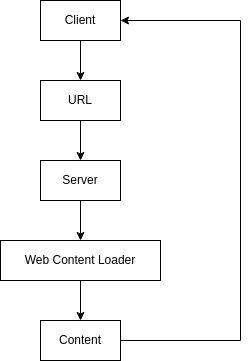
Before: _readme/Diagram.drawio.png, a diagram exported from draw.io (ames0k0/url-to-web-content). Source tidied: cells renumbered, new cells last; positions are measured from the earlier drawing's top-left corner, leaving out a move shared by most shapes. The source it was exported from:
```xml
<mxGraphModel>
  <root>
    <mxCell id="0" />
    <mxCell id="1" parent="0" />
    <mxCell id="2" style="edgeStyle=orthogonalEdgeStyle;rounded=0;jettySize=auto;html=1;" parent="1" edge="1" source="3" target="11">
      <mxGeometry relative="1" as="geometry" />
    </mxCell>
    <mxCell id="3" value="URL" style="whiteSpace=wrap;html=1;" parent="1" vertex="1">
      <mxGeometry x="40" y="80" width="80" height="40" as="geometry" />
    </mxCell>
    <mxCell id="4" style="edgeStyle=orthogonalEdgeStyle;rounded=0;jettySize=auto;html=1;" parent="1" edge="1" source="5" target="7">
      <mxGeometry relative="1" as="geometry" />
    </mxCell>
    <mxCell id="5" value="Web Content Loader" style="whiteSpace=wrap;html=1;" parent="1" vertex="1">
      <mxGeometry y="240" width="160" height="40" as="geometry" />
    </mxCell>
    <mxCell id="6" style="edgeStyle=orthogonalEdgeStyle;rounded=0;jettySize=auto;html=1;" parent="1" edge="1" source="7" target="9">
      <mxGeometry relative="1" as="geometry">
        <Array as="points">
          <mxPoint x="240" y="340" />
          <mxPoint x="240" y="20" />
        </Array>
      </mxGeometry>
    </mxCell>
    <mxCell id="7" value="Content" style="whiteSpace=wrap;html=1;" parent="1" vertex="1">
      <mxGeometry x="40" y="320" width="80" height="40" as="geometry" />
    </mxCell>
    <mxCell id="8" style="edgeStyle=orthogonalEdgeStyle;rounded=0;jettySize=auto;html=1;" parent="1" edge="1" source="9" target="3">
      <mxGeometry relative="1" as="geometry" />
    </mxCell>
    <mxCell id="9" value="Client" style="whiteSpace=wrap;html=1;" parent="1" vertex="1">
      <mxGeometry x="40" width="80" height="40" as="geometry" />
    </mxCell>
    <mxCell id="10" style="edgeStyle=orthogonalEdgeStyle;rounded=0;jettySize=auto;html=1;" parent="1" edge="1" source="11" target="5">
      <mxGeometry relative="1" as="geometry" />
    </mxCell>
    <mxCell id="11" value="Server" style="whiteSpace=wrap;html=1;" parent="1" vertex="1">
      <mxGeometry x="40" y="160" width="80" height="40" as="geometry" />
    </mxCell>
  </root>
</mxGraphModel>
```
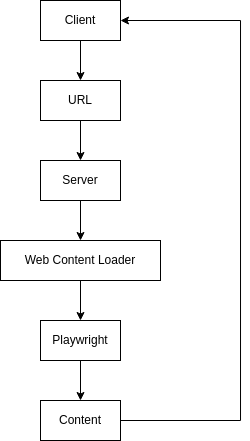
Above is the later version.

The edit, as a diff of the source:
```diff
@@ -8,22 +8,22 @@
     <mxCell id="3" value="URL" style="whiteSpace=wrap;html=1;" parent="1" vertex="1">
       <mxGeometry x="40" y="80" width="80" height="40" as="geometry" />
     </mxCell>
-    <mxCell id="4" style="edgeStyle=orthogonalEdgeStyle;rounded=0;jettySize=auto;html=1;" parent="1" edge="1" source="5" target="7">
-      <mxGeometry relative="1" as="geometry" />
-    </mxCell>
+    <mxCell id="12" style="edgeStyle=orthogonalEdgeStyle;rounded=0;jettySize=auto;html=1;" parent="1" edge="1" source="5" target="14">
+      <mxGeometry relative="1" as="geometry" />
+    </mxCell>
     <mxCell id="5" value="Web Content Loader" style="whiteSpace=wrap;html=1;" parent="1" vertex="1">
       <mxGeometry y="240" width="160" height="40" as="geometry" />
     </mxCell>
     <mxCell id="6" style="edgeStyle=orthogonalEdgeStyle;rounded=0;jettySize=auto;html=1;" parent="1" edge="1" source="7" target="9">
       <mxGeometry relative="1" as="geometry">
         <Array as="points">
-          <mxPoint x="240" y="340" />
+          <mxPoint x="240" y="420" />
           <mxPoint x="240" y="20" />
         </Array>
       </mxGeometry>
     </mxCell>
     <mxCell id="7" value="Content" style="whiteSpace=wrap;html=1;" parent="1" vertex="1">
-      <mxGeometry x="40" y="320" width="80" height="40" as="geometry" />
+      <mxGeometry x="40" y="400" width="80" height="40" as="geometry" />
     </mxCell>
     <mxCell id="8" style="edgeStyle=orthogonalEdgeStyle;rounded=0;jettySize=auto;html=1;" parent="1" edge="1" source="9" target="3">
       <mxGeometry relative="1" as="geometry" />
@@ -37,5 +37,11 @@
     <mxCell id="11" value="Server" style="whiteSpace=wrap;html=1;" parent="1" vertex="1">
       <mxGeometry x="40" y="160" width="80" height="40" as="geometry" />
     </mxCell>
+    <mxCell id="13" style="edgeStyle=orthogonalEdgeStyle;rounded=0;jettySize=auto;html=1;" parent="1" edge="1" source="14" target="7">
+      <mxGeometry relative="1" as="geometry" />
+    </mxCell>
+    <mxCell id="14" value="Playwright" style="whiteSpace=wrap;html=1;" parent="1" vertex="1">
+      <mxGeometry x="40" y="320" width="80" height="40" as="geometry" />
+    </mxCell>
   </root>
 </mxGraphModel>
```
